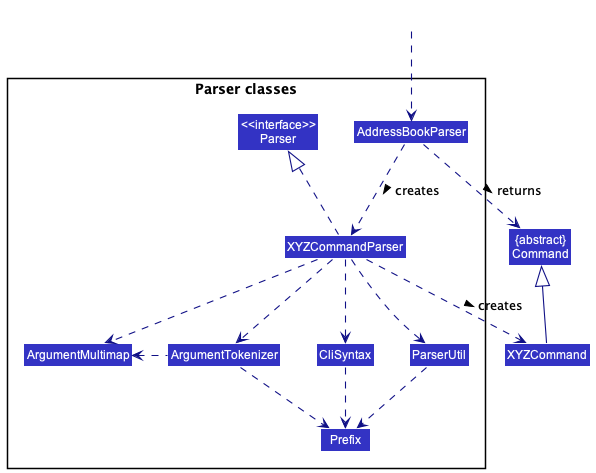
Earlier version of the PlantUML export docs/images/ParserClasses.png (nus-cs2103-AY2223S1/tp).
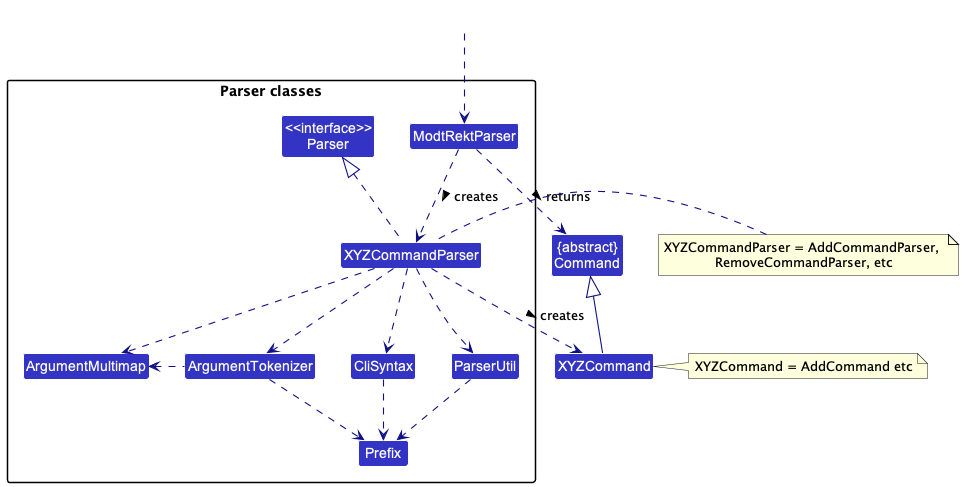
The same diagram one commit later.

Diff of the diagram source:
```diff
@@ -9,7 +9,7 @@
 
 package "Parser classes"{
 Class "<<interface>>\nParser" as Parser
-Class AddressBookParser
+Class ModtRektParser
 Class XYZCommandParser
 Class CliSyntax
 Class ParserUtil
@@ -19,12 +19,12 @@
 }
 
 Class HiddenOutside #FFFFFF
-HiddenOutside ..> AddressBookParser
+HiddenOutside ..> ModtRektParser
 
-AddressBookParser .down.> XYZCommandParser: creates >
+ModtRektParser .down.> XYZCommandParser: creates >
 
 XYZCommandParser ..> XYZCommand : creates >
-AddressBookParser ..> Command : returns >
+ModtRektParser ..> Command : returns >
 XYZCommandParser .up.|> Parser
 XYZCommandParser ..> ArgumentMultimap
 XYZCommandParser ..> ArgumentTokenizer
@@ -35,4 +35,6 @@
 ParserUtil .down.> Prefix
 ArgumentTokenizer .down.> Prefix
 XYZCommand -up-|> Command
+note right of XYZCommand: XYZCommand = AddCommand etc
+note left of XYZCommandParser: XYZCommandParser = AddCommandParser, \nRemoveCommandParser, etc
 @enduml
```
